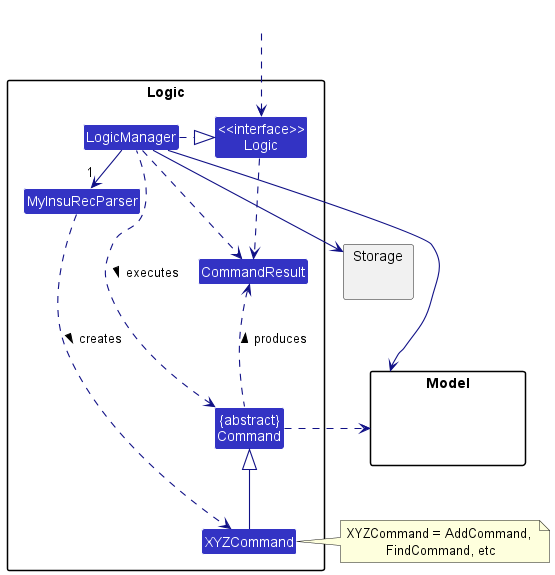
Earlier version of the PlantUML export docs/images/LogicClassDiagram.png (nus-cs2103-AY2223S1/tp). Its diagram source:
```plantuml
@startuml
!include style.puml
skinparam arrowThickness 1.1
skinparam arrowColor LOGIC_COLOR_T4
skinparam classBackgroundColor LOGIC_COLOR

package Logic {

Class MyInsuRecParser
Class XYZCommand
Class CommandResult
Class "{abstract}\nCommand" as Command


Class "<<interface>>\nLogic" as Logic
Class LogicManager
}

package Model{
Class HiddenModel #FFFFFF
}

package Storage{
}

Class HiddenOutside #FFFFFF
HiddenOutside ..> Logic

LogicManager .right.|> Logic
LogicManager -right->"1" MyInsuRecParser
MyInsuRecParser ..> XYZCommand : creates >

XYZCommand -up-|> Command
LogicManager .left.> Command : executes >

LogicManager --> Model
LogicManager --> Storage
Storage --[hidden] Model
Command .[hidden]up.> Storage
Command .right.> Model
note right of XYZCommand: XYZCommand = AddCommand, \nFindCommand, etc

Logic ..> CommandResult
LogicManager .down.> CommandResult
Command .up.> CommandResult : produces >
@enduml
```
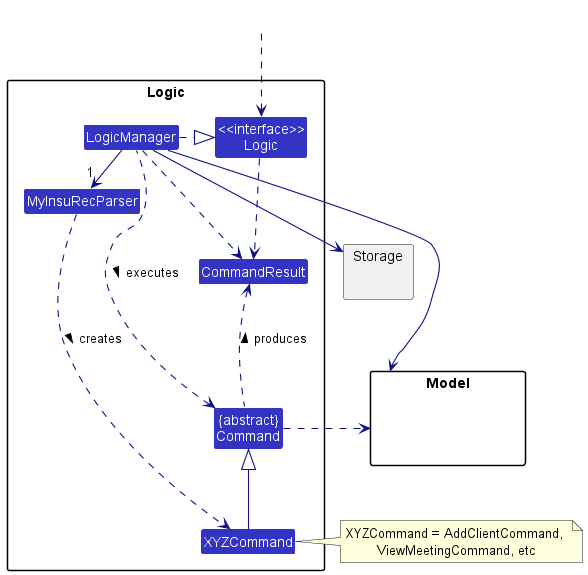
Later version of the same file.

What changed in the source:
```diff
@@ -38,7 +38,7 @@
 Storage --[hidden] Model
 Command .[hidden]up.> Storage
 Command .right.> Model
-note right of XYZCommand: XYZCommand = AddCommand, \nFindCommand, etc
+note right of XYZCommand: XYZCommand = AddClientCommand, \nViewMeetingCommand, etc
 
 Logic ..> CommandResult
 LogicManager .down.> CommandResult
```
